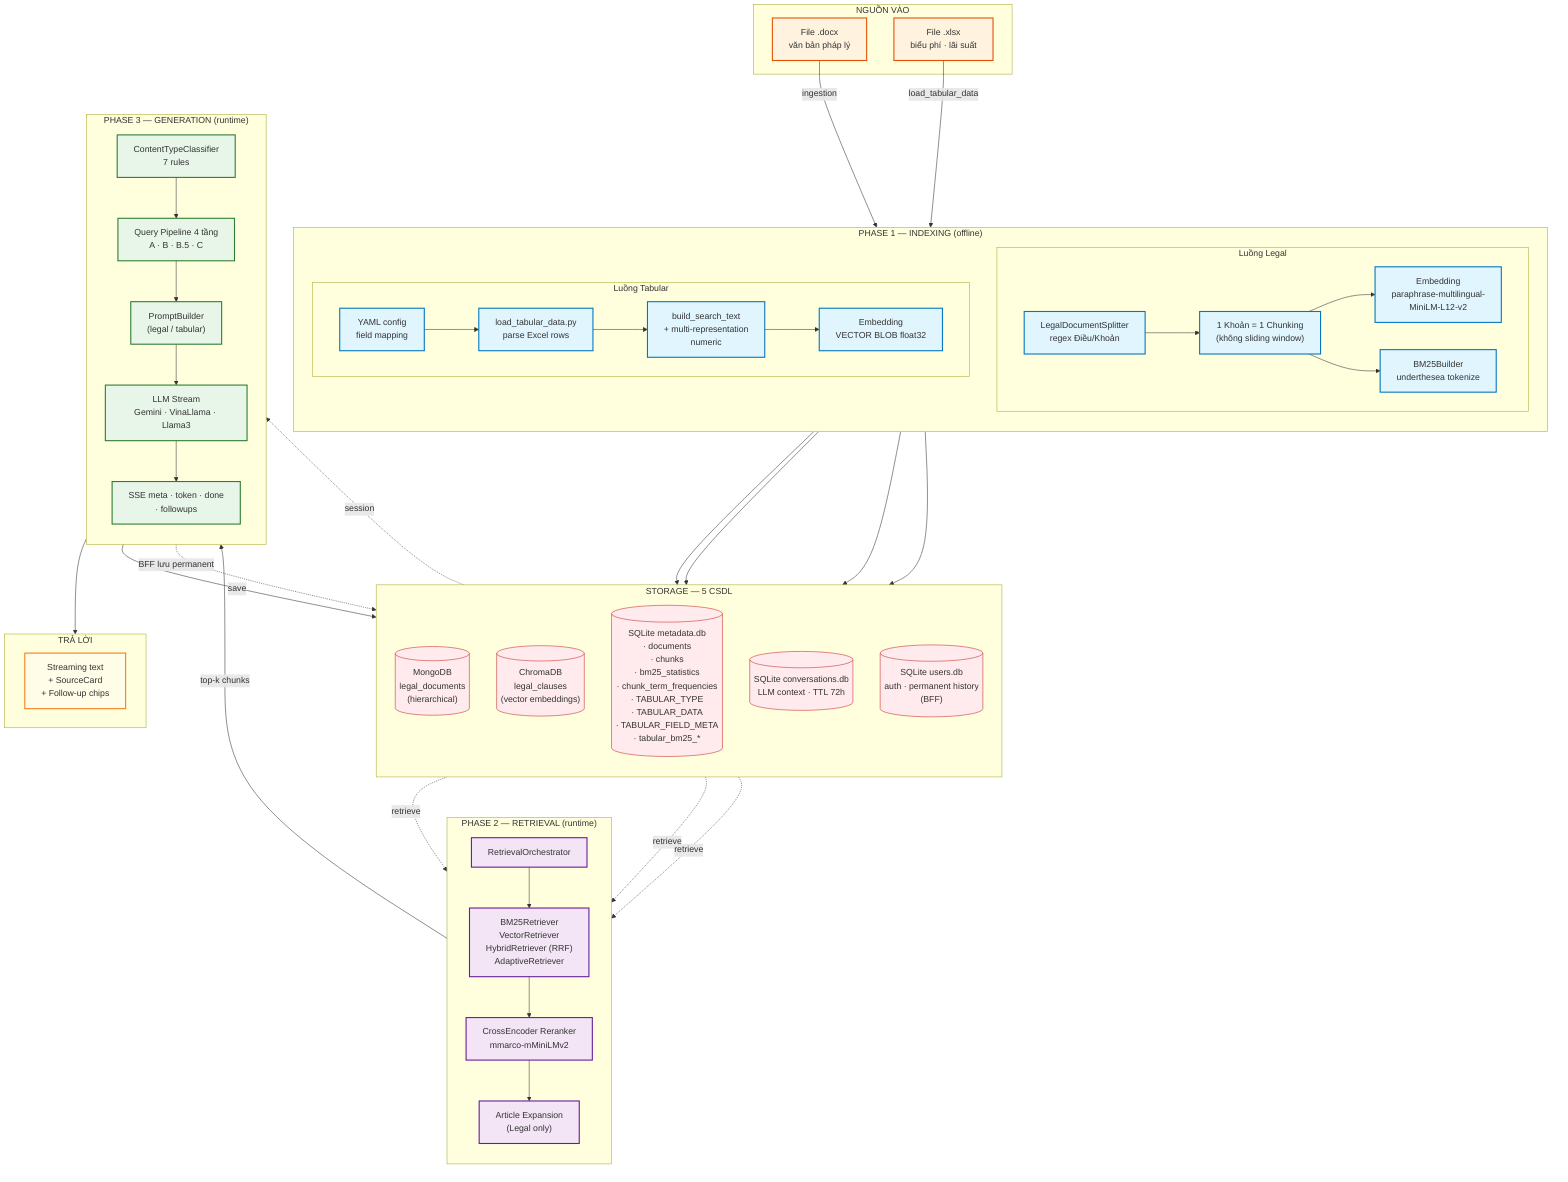
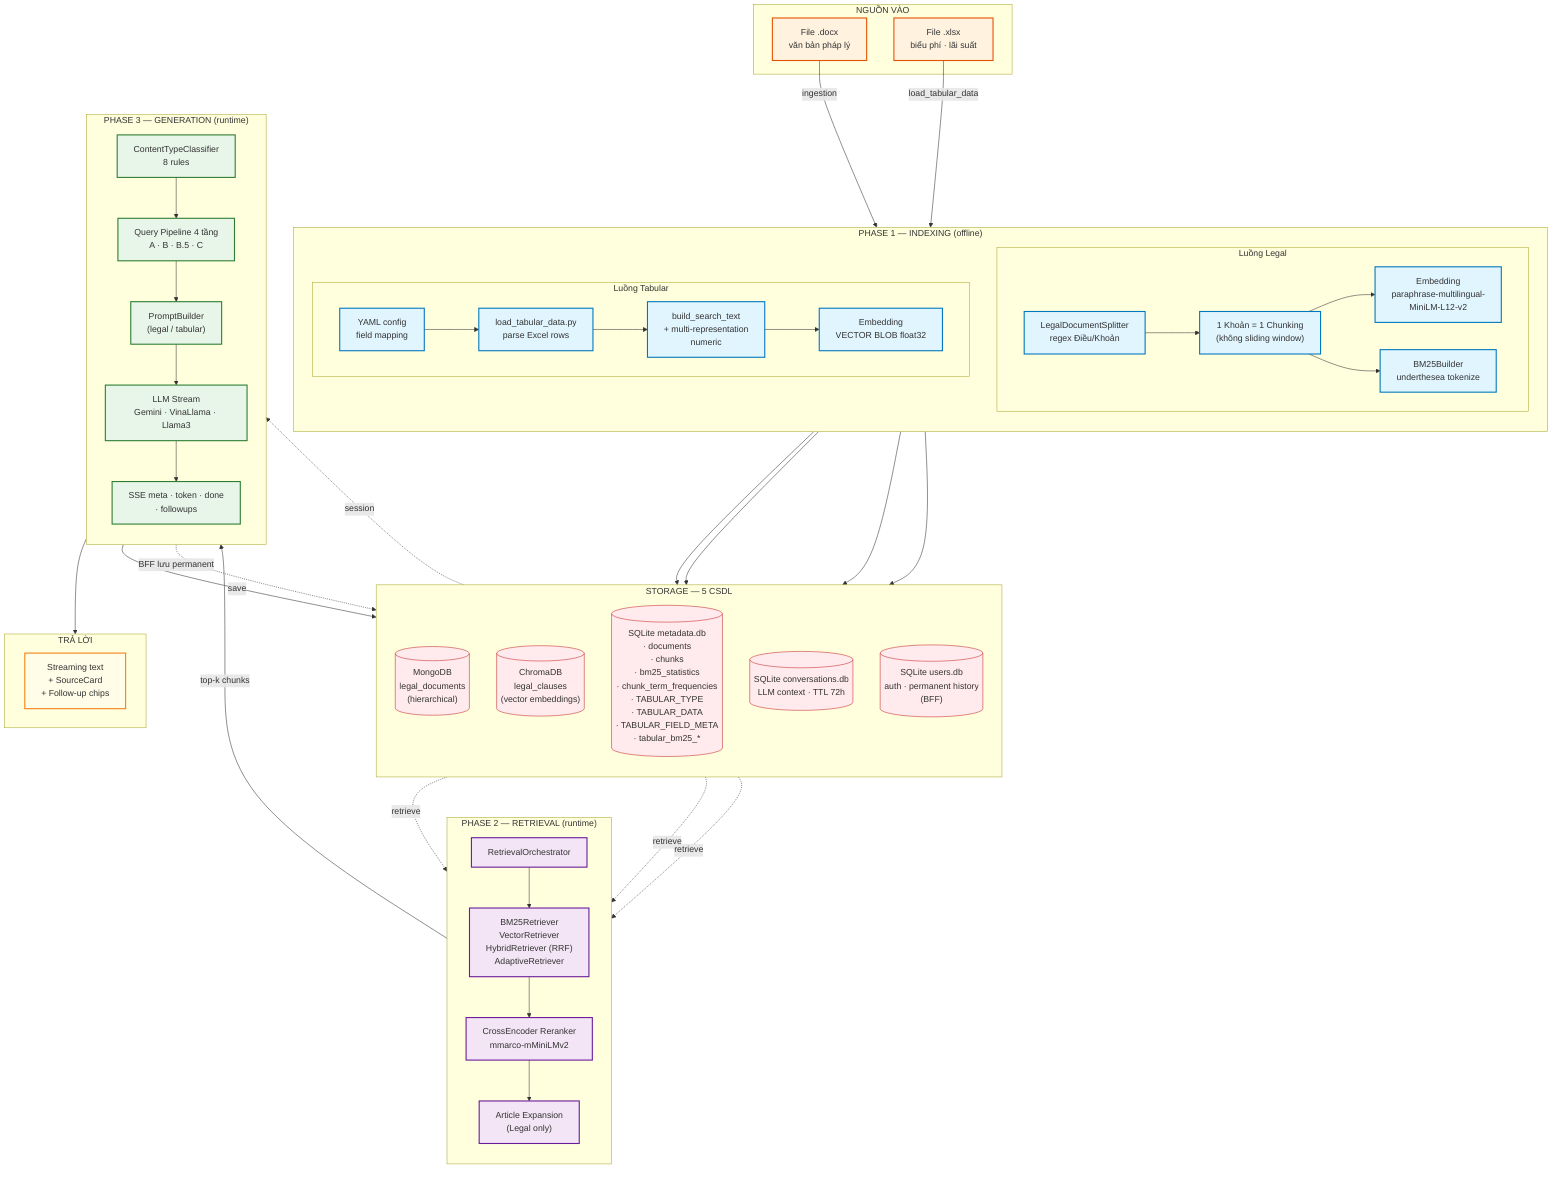
flowchart TB
    subgraph SRC["NGUỒN VÀO"]
        SRC1["File .docx<br/>văn bản pháp lý"]
        SRC2["File .xlsx<br/>biểu phí · lãi suất"]
    end

    subgraph PHASE1["PHASE 1 — INDEXING (offline)"]
        direction TB
        subgraph LEGAL_ING["Luồng Legal"]
            L1["LegalDocumentSplitter<br/>regex Điều/Khoản"]
            L2["1 Khoản = 1 Chunking<br/>(không sliding window)"]
            L3["Embedding<br/>paraphrase-multilingual-<br/>MiniLM-L12-v2"]
            L4["BM25Builder<br/>underthesea tokenize"]
            L1 --> L2 --> L3
            L2 --> L4
        end

        subgraph TAB_ING["Luồng Tabular"]
            T1["YAML config<br/>field mapping"]
            T2["load_tabular_data.py<br/>parse Excel rows"]
            T3["build_search_text<br/>+ multi-representation<br/>numeric"]
            T4["Embedding<br/>VECTOR BLOB float32"]
            T1 --> T2 --> T3 --> T4
        end
    end

    subgraph STORAGE["STORAGE — 5 CSDL"]
        direction TB
        DB1[("MongoDB<br/>legal_documents<br/>(hierarchical)")]
        DB2[("ChromaDB<br/>legal_clauses<br/>(vector embeddings)")]
        DB3[("SQLite metadata.db<br/>· documents<br/>· chunks<br/>· bm25_statistics<br/>· chunk_term_frequencies<br/>· TABULAR_TYPE<br/>· TABULAR_DATA<br/>· TABULAR_FIELD_META<br/>· tabular_bm25_*")]
        DB4[("SQLite conversations.db<br/>LLM context · TTL 72h")]
        DB5[("SQLite users.db<br/>auth · permanent history<br/>(BFF)")]
    end

    subgraph PHASE2["PHASE 2 — RETRIEVAL (runtime)"]
        direction TB
        R1["RetrievalOrchestrator"]
        R2["BM25Retriever<br/>VectorRetriever<br/>HybridRetriever (RRF)<br/>AdaptiveRetriever"]
        R3["CrossEncoder Reranker<br/>mmarco-mMiniLMv2"]
        R4["Article Expansion<br/>(Legal only)"]
        R1 --> R2 --> R3 --> R4
    end

    subgraph PHASE3["PHASE 3 — GENERATION (runtime)"]
        direction TB
-         G1["ContentTypeClassifier<br/>7 rules"]
+         G1["ContentTypeClassifier<br/>8 rules"]
        G2["Query Pipeline 4 tầng<br/>A · B · B.5 · C"]
        G3["PromptBuilder<br/>(legal / tabular)"]
        G4["LLM Stream<br/>Gemini · VinaLlama · Llama3"]
        G5["SSE meta · token · done<br/>· followups"]
        G1 --> G2 --> G3 --> G4 --> G5
    end

    subgraph OUT["TRẢ LỜI"]
        OUT1["Streaming text<br/>+ SourceCard<br/>+ Follow-up chips"]
    end

    SRC1 -->|"ingestion"| LEGAL_ING
    SRC2 -->|"load_tabular_data"| TAB_ING

    LEGAL_ING --> DB1
    LEGAL_ING --> DB2
    LEGAL_ING --> DB3
    TAB_ING --> DB3

    DB1 -. retrieve .-> PHASE2
    DB2 -. retrieve .-> PHASE2
    DB3 -. retrieve .-> PHASE2
    DB4 -. session .-> PHASE3

    PHASE2 -->|"top-k chunks"| PHASE3
    PHASE3 --> OUT
    PHASE3 -->|"save"| DB4
    PHASE3 -.->|"BFF lưu permanent"| DB5

    classDef src fill:#FFF3E0,stroke:#E65100,stroke-width:2px
    classDef p1 fill:#E1F5FE,stroke:#0277BD,stroke-width:2px
    classDef p2 fill:#F3E5F5,stroke:#6A1B9A,stroke-width:2px
    classDef p3 fill:#E8F5E9,stroke:#2E7D32,stroke-width:2px
    classDef db fill:#FFEBEE,stroke:#C62828,stroke-width:1px
    classDef out fill:#FFFDE7,stroke:#F57F17,stroke-width:2px

    class SRC1,SRC2 src
    class L1,L2,L3,L4,T1,T2,T3,T4 p1
    class R1,R2,R3,R4 p2
    class G1,G2,G3,G4,G5 p3
    class DB1,DB2,DB3,DB4,DB5 db
    class OUT1 out
